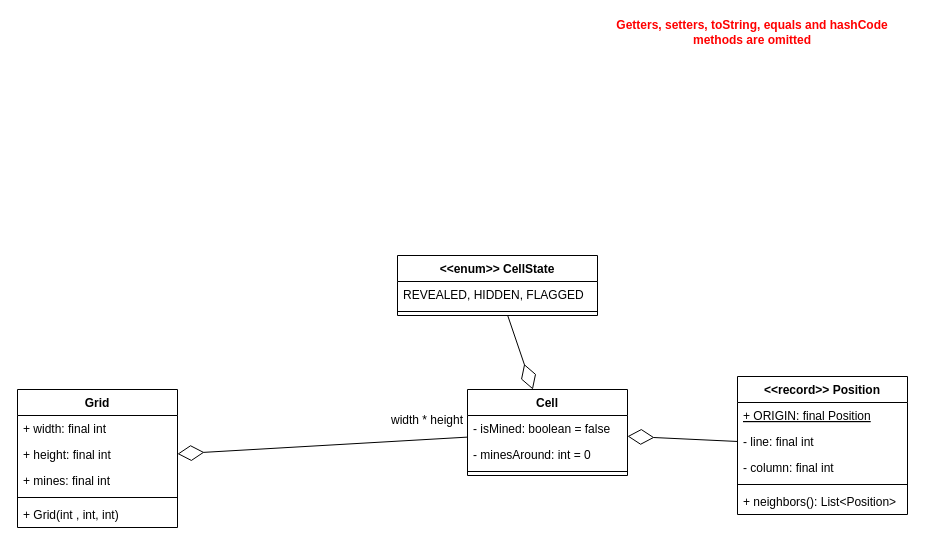
The draw.io diagram specification/model.drawio in mgmu/minesweeper, before the edit. Source tidied: cells renumbered, new cells numbered last; positions are measured from the earlier drawing's top-left corner, leaving out a move shared by most shapes. Both pictures are drawn from the tidied source at 100%, with x=0, y=0 at pixel (17, 17).
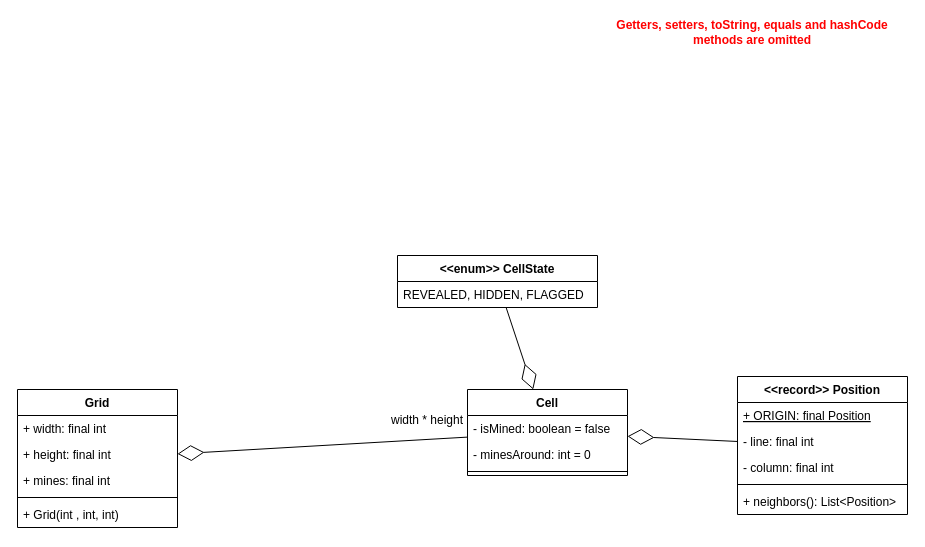
After the change.

Diff of the diagram source:
```diff
@@
     <mxCell id="12" value="&lt;&lt;enum&gt;&gt; CellState" style="swimlane;fontStyle=1;align=center;verticalAlign=top;horizontal=1;startSize=26;" parent="1" vertex="1">
-      <mxGeometry x="380" y="238" width="200" height="60" as="geometry" />
+      <mxGeometry x="380" y="238" width="200" height="52" as="geometry" />
     </mxCell>
@@
-    <mxCell id="14" style="line;strokeWidth=1;fillColor=none;align=left;verticalAlign=middle;spacingTop=-1;spacingLeft=3;spacingRight=3;labelPosition=right;strokeColor=inherit;" parent="12" vertex="1">
-      <mxGeometry y="52" width="200" height="8" as="geometry" />
-    </mxCell>
```
